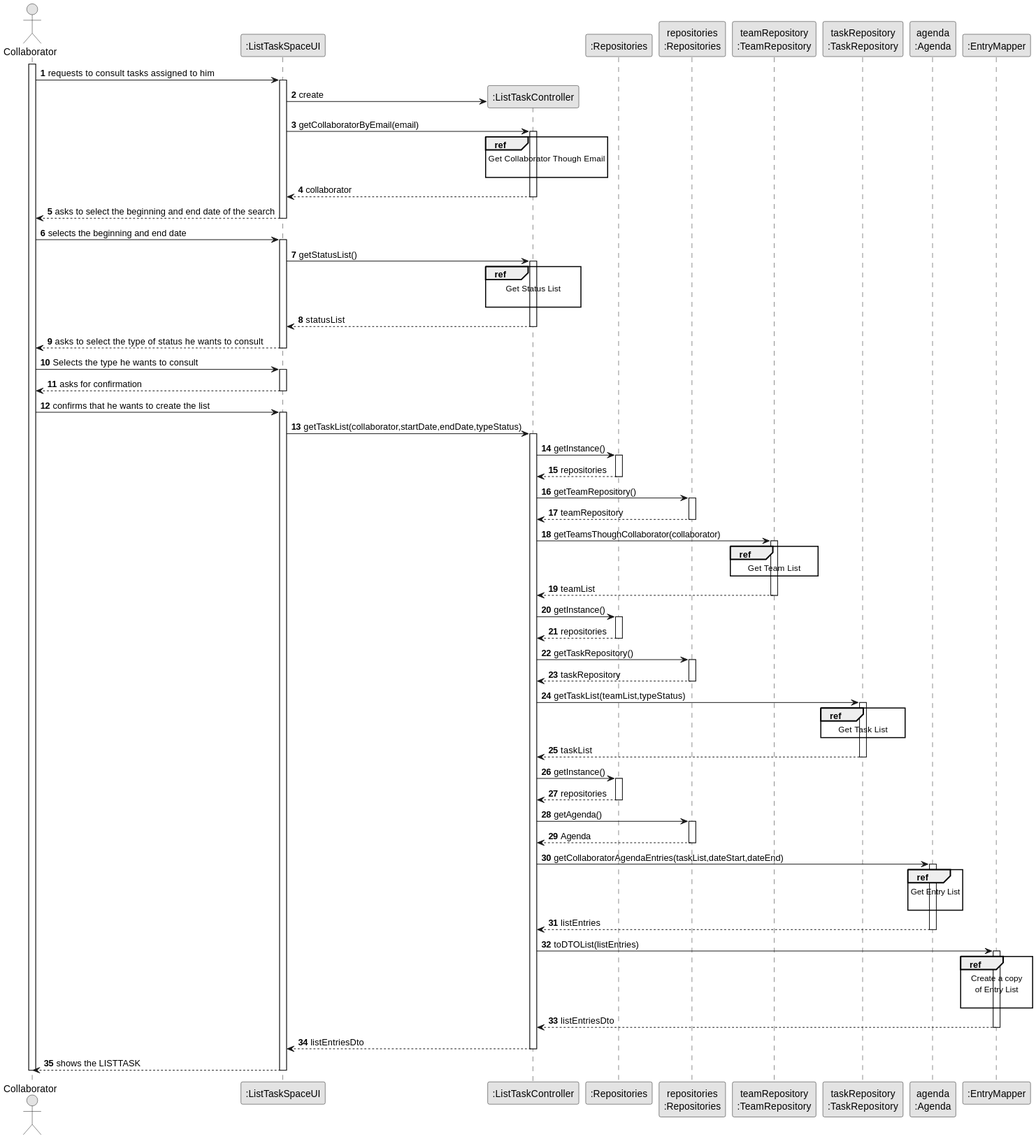
diogoveirospro/lei-24-s2-1dg-g072 keeps this PlantUML diagram as docs/sprintC/us028/03.design/svg/us028-sequence-diagram-split.svg. Above is the earlier version.
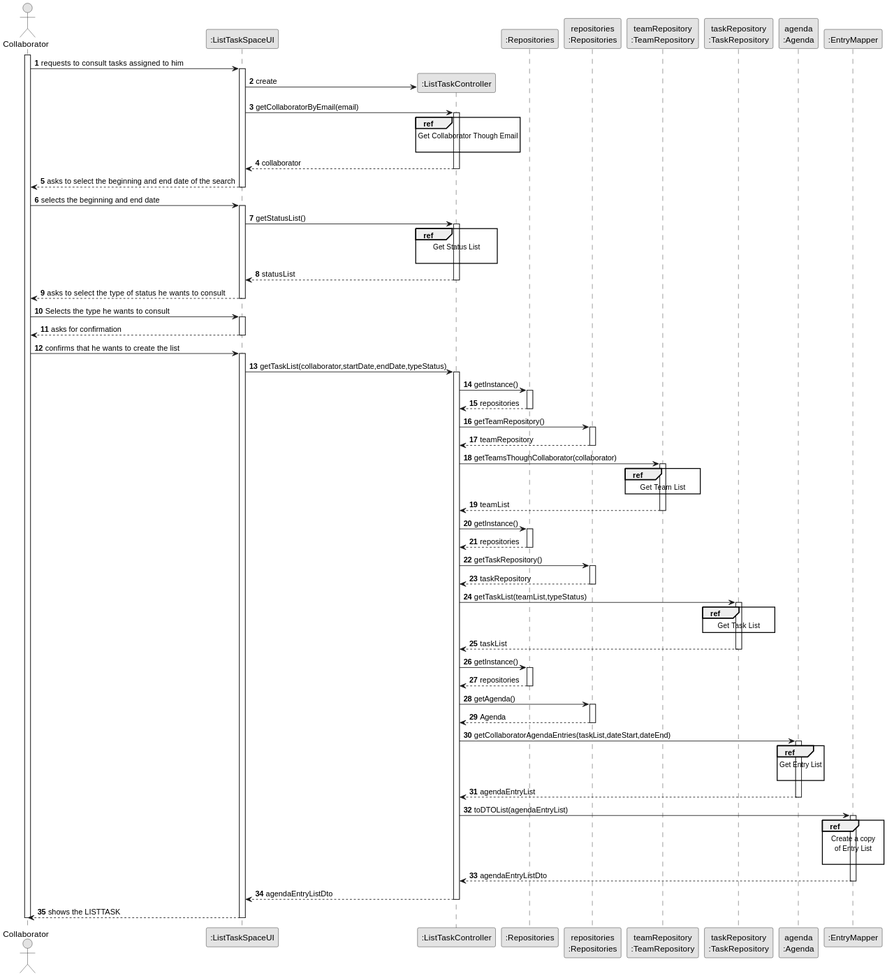
The same diagram one commit later.

The edit, as a diff of the source:
```diff
@@ -127,10 +127,10 @@
                     Get Entry List
 
                 end
-        AGENDA --> CTRL : listEntries
+        AGENDA --> CTRL : agendaEntryList
         deactivate AGENDA
 
-        CTRL -> Mapper : toDTOList(listEntries)
+        CTRL -> Mapper : toDTOList(agendaEntryList)
             activate Mapper
                 ref over Mapper
                     Create a copy
@@ -138,10 +138,10 @@
 
                 end
 
-             Mapper --> CTRL : listEntriesDto
+             Mapper --> CTRL : agendaEntryListDto
             deactivate Mapper
 
-        CTRL --> UI : listEntriesDto
+        CTRL --> UI : agendaEntryListDto
         deactivate CTRL
 
     UI --> Col : shows the LISTTASK
```
